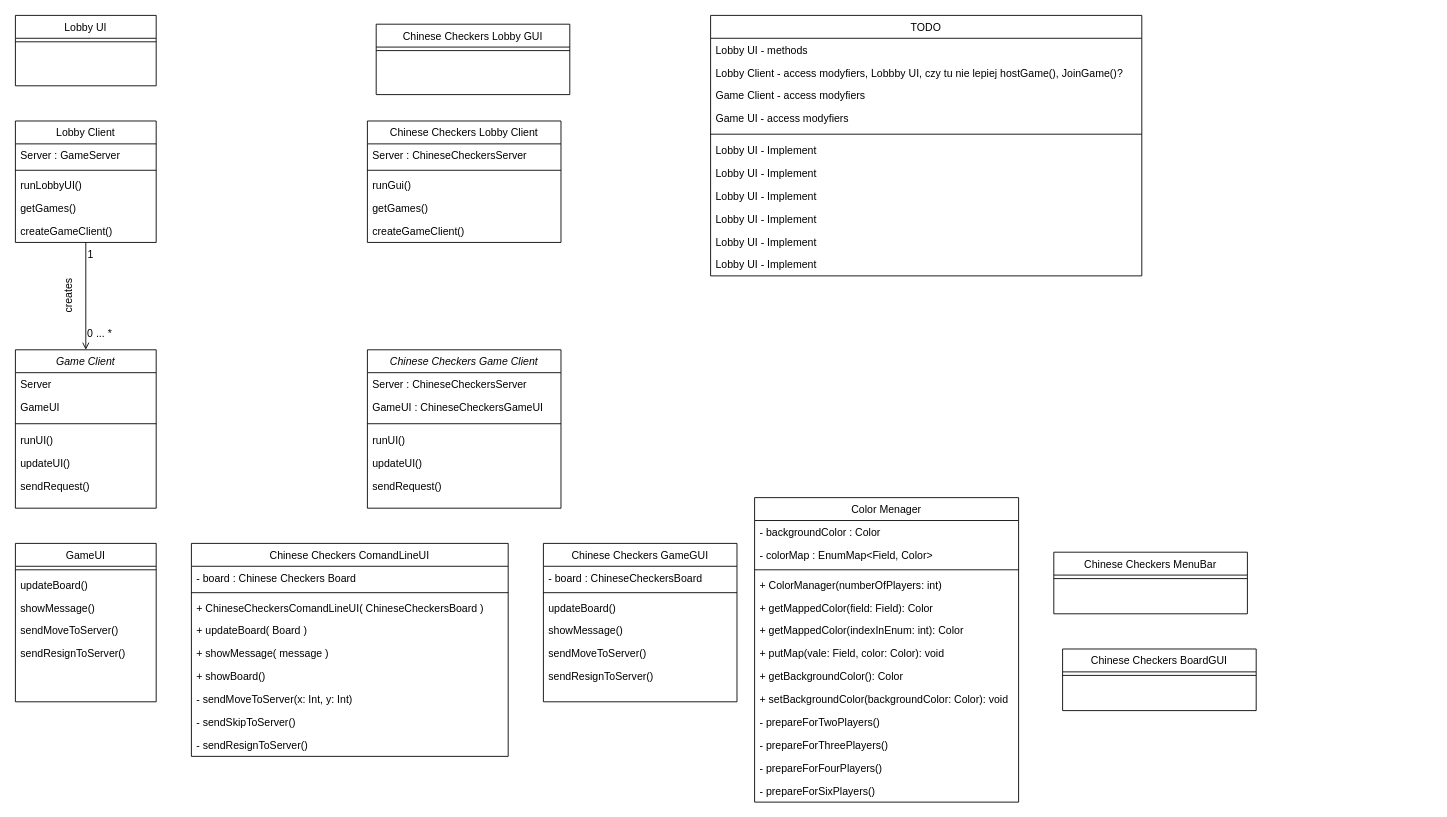
Above: ULM/Client.drawio in TobiaszWojnar/Chinese-checkers (draw.io), before the change. Source tidied: cells renumbered, new cells numbered last; positions are measured from the earlier drawing's top-left corner, leaving out a move shared by most shapes. Both pictures are drawn from the tidied source at 88%, with x=0, y=0 at pixel (15, 15).
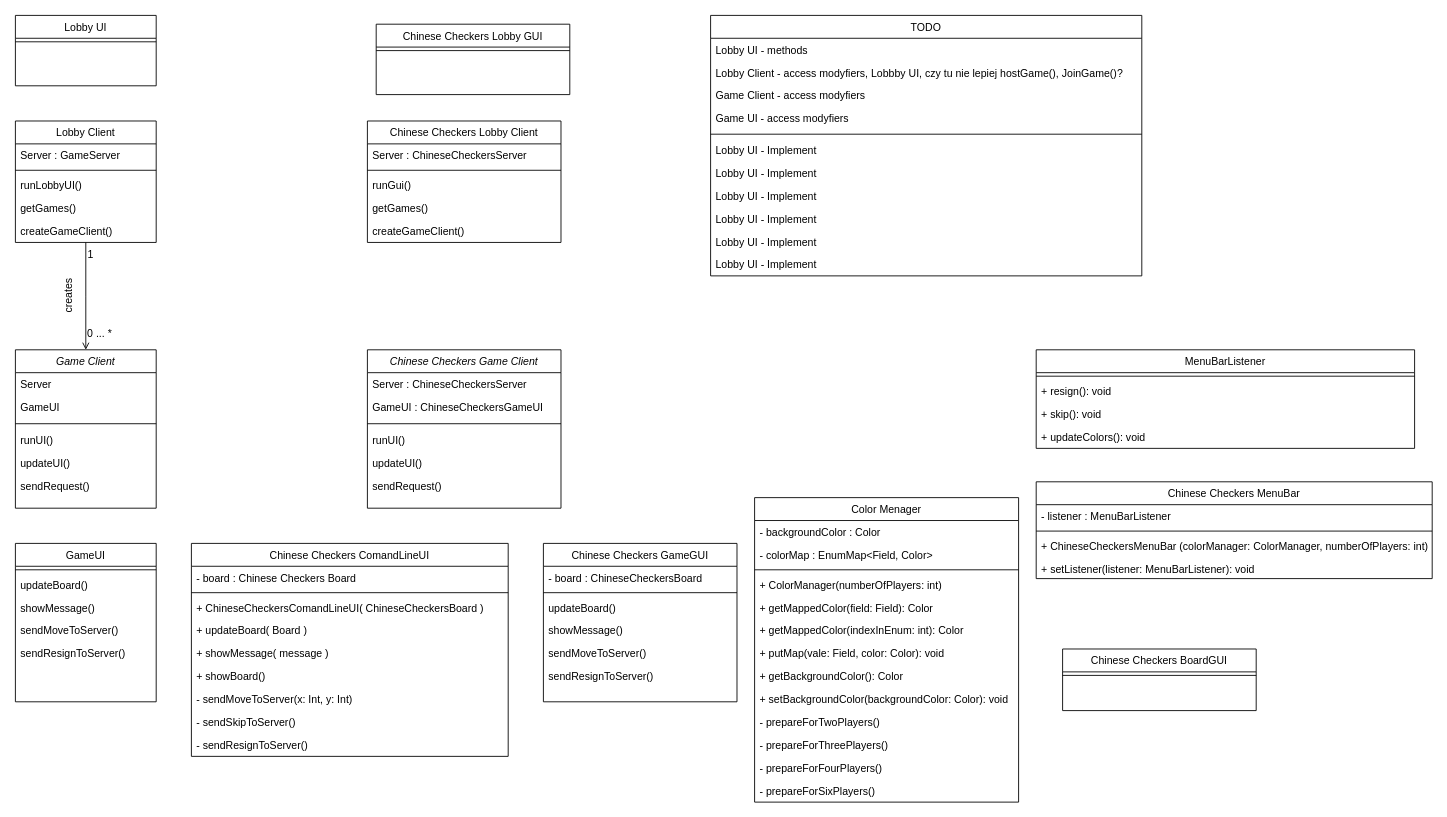
After the change.

Commit message:
Update Client.drawio - ChineseCheckersMenuBar documented

Diff of the diagram source:
```diff
@@
     <mxCell id="55" value="Chinese Checkers MenuBar" style="swimlane;fontStyle=0;align=center;verticalAlign=top;horizontal=1;startSize=26;rounded=0;shadow=0;strokeWidth=1;" parent="1" vertex="1">
-      <mxGeometry x="1180" y="610" width="220" height="70" as="geometry" />
+      <mxGeometry x="1160" y="530" width="450" height="110" as="geometry" />
     </mxCell>
+    <mxCell id="89" value="- listener : MenuBarListener" style="text;align=left;verticalAlign=top;spacingLeft=4;spacingRight=4;overflow=hidden;" parent="55" vertex="1">
+      <mxGeometry y="26" width="450" height="26" as="geometry" />
+    </mxCell>
     <mxCell id="56" style="line;html=1;strokeWidth=1;align=left;verticalAlign=middle;spacingTop=-1;spacingLeft=3;spacingRight=3;labelPosition=right;" parent="55" vertex="1">
-      <mxGeometry y="26" width="220" height="8" as="geometry" />
+      <mxGeometry y="52" width="450" height="8" as="geometry" />
     </mxCell>
+    <mxCell id="90" value="+ ChineseCheckersMenuBar (colorManager: ColorManager, numberOfPlayers: int)" style="text;align=left;verticalAlign=top;spacingLeft=4;spacingRight=4;overflow=hidden;" parent="55" vertex="1">
+      <mxGeometry y="60" width="450" height="26" as="geometry" />
+    </mxCell>
+    <mxCell id="91" value="+ setListener(listener: MenuBarListener): void" style="text;align=left;verticalAlign=top;spacingLeft=4;spacingRight=4;overflow=hidden;" parent="55" vertex="1">
+      <mxGeometry y="86" width="450" height="24" as="geometry" />
+    </mxCell>
@@
+    <mxCell id="92" value="MenuBarListener" style="swimlane;fontStyle=0;align=center;verticalAlign=top;horizontal=1;startSize=26;rounded=0;shadow=0;strokeWidth=1;" parent="1" vertex="1">
+      <mxGeometry x="1160" y="380" width="430" height="112" as="geometry" />
+    </mxCell>
+    <mxCell id="93" style="line;html=1;strokeWidth=1;align=left;verticalAlign=middle;spacingTop=-1;spacingLeft=3;spacingRight=3;labelPosition=right;" parent="92" vertex="1">
+      <mxGeometry y="26" width="430" height="8" as="geometry" />
+    </mxCell>
+    <mxCell id="94" value="+ resign(): void" style="text;align=left;verticalAlign=top;spacingLeft=4;spacingRight=4;overflow=hidden;" parent="92" vertex="1">
+      <mxGeometry y="34" width="430" height="26" as="geometry" />
+    </mxCell>
+    <mxCell id="95" value="+ skip(): void" style="text;align=left;verticalAlign=top;spacingLeft=4;spacingRight=4;overflow=hidden;" parent="92" vertex="1">
+      <mxGeometry y="60" width="430" height="26" as="geometry" />
+    </mxCell>
+    <mxCell id="96" value="+ updateColors(): void" style="text;align=left;verticalAlign=top;spacingLeft=4;spacingRight=4;overflow=hidden;" parent="92" vertex="1">
+      <mxGeometry y="86" width="430" height="26" as="geometry" />
+    </mxCell>
```
